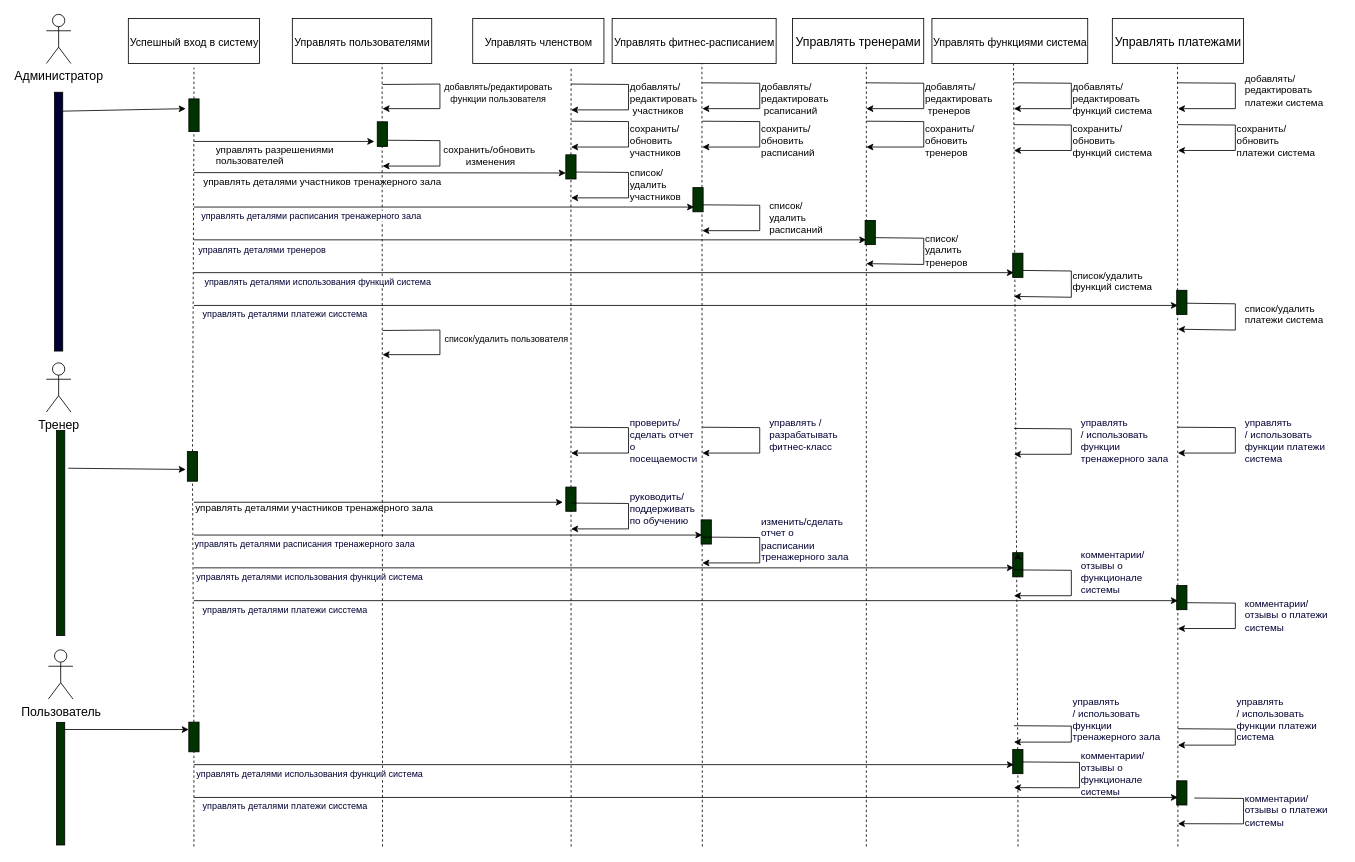
This is page "Sequence Diagram" (5 of 6) of Biểu đồ không có tiêu đề.drawio from quyettranvu/Lab2-3_UML, a draw.io file, before an edit. Source tidied: cells renumbered, new cells numbered last; positions are measured from the earlier drawing's top-left corner, leaving out a move shared by most shapes. Both pictures are drawn from the tidied source at 82%, with x=0, y=0 at pixel (-71, 14).
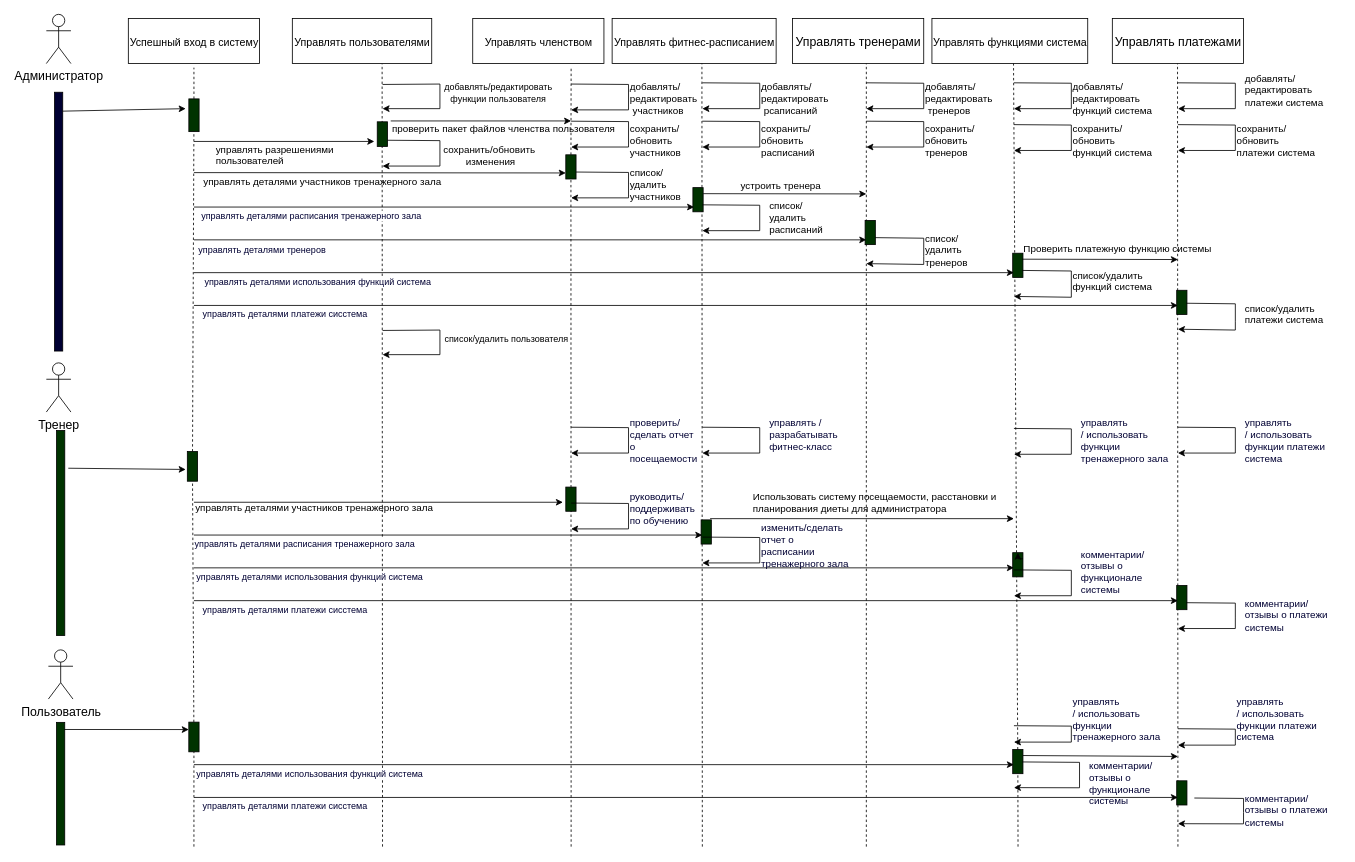
The same page after the edit.

The change refers to these unchanged cells:
```xml
<mxCell id="59" style="rounded=0;whiteSpace=wrap;html=1;fontSize=13;rotation=-90;fillColor=#003300;" parent="1" vertex="1">
  <mxGeometry x="923" y="219.8" width="29.5" height="12.5" as="geometry" />
</mxCell>
<mxCell id="120" style="rounded=0;whiteSpace=wrap;html=1;fontSize=13;rotation=-90;fillColor=#003300;" parent="1" vertex="1">
  <mxGeometry x="1313" y="905" width="29.5" height="12.5" as="geometry" />
</mxCell>
```

The edit, as a diff of the source:
```diff
@@
     <mxCell id="107" value="изменить/сделать отчет&amp;nbsp;о расписании тренажерного зала" style="text;whiteSpace=wrap;html=1;fontColor=#000033;" parent="1" vertex="1">
-      <mxGeometry x="1013" y="605" width="110" height="40" as="geometry" />
+      <mxGeometry x="1013" y="612.5" width="110" height="40" as="geometry" />
     </mxCell>
@@
     <mxCell id="126" value="комментарии/отзывы о функционале системы" style="text;whiteSpace=wrap;html=1;fontColor=#000033;" parent="1" vertex="1">
-      <mxGeometry x="1403" y="891.2" width="120" height="40" as="geometry" />
+      <mxGeometry x="1413" y="903.2" width="120" height="40" as="geometry" />
     </mxCell>
@@
+    <mxCell id="131" style="endArrow=classic;html=1;rounded=0;fontSize=13;exitX=0.75;exitY=1;exitDx=0;exitDy=0;" parent="1" edge="1" source="59">
+      <mxGeometry relative="1" as="geometry">
+        <mxPoint x="1143" y="219" as="targetPoint" />
+      </mxGeometry>
+    </mxCell>
+    <mxCell id="132" value="&lt;font style=&quot;font-size: 12px;&quot;&gt;устроить тренера&lt;/font&gt;" style="text;whiteSpace=wrap;html=1;fontSize=16;" parent="1" vertex="1">
+      <mxGeometry x="988" y="190.6" width="160" height="10" as="geometry" />
+    </mxCell>
+    <mxCell id="133" style="endArrow=classic;html=1;rounded=0;fontSize=13;exitX=0.75;exitY=1;exitDx=0;exitDy=0;" parent="1" edge="1">
+      <mxGeometry relative="1" as="geometry">
+        <mxPoint x="1333" y="298.6" as="sourcePoint" />
+        <mxPoint x="1523" y="299" as="targetPoint" />
+      </mxGeometry>
+    </mxCell>
+    <mxCell id="134" value="Проверить платежную функцию системы" style="text;whiteSpace=wrap;html=1;fontSize=12;" parent="1" vertex="1">
+      <mxGeometry x="1333" y="272.3" width="260" height="40" as="geometry" />
+    </mxCell>
+    <mxCell id="135" style="endArrow=classic;html=1;rounded=0;fontSize=13;" parent="1" edge="1">
+      <mxGeometry relative="1" as="geometry">
+        <mxPoint x="563" y="130" as="sourcePoint" />
+        <mxPoint x="783" y="130" as="targetPoint" />
+      </mxGeometry>
+    </mxCell>
+    <mxCell id="136" value="проверить пакет файлов членства пользователя" style="text;whiteSpace=wrap;html=1;fontSize=12;" parent="1" vertex="1">
+      <mxGeometry x="563" y="126" width="310" height="40" as="geometry" />
+    </mxCell>
+    <mxCell id="137" style="endArrow=classic;html=1;rounded=0;fontSize=13;exitX=0.75;exitY=1;exitDx=0;exitDy=0;" parent="1" edge="1">
+      <mxGeometry relative="1" as="geometry">
+        <mxPoint x="952.5" y="615" as="sourcePoint" />
+        <mxPoint x="1323" y="615" as="targetPoint" />
+      </mxGeometry>
+    </mxCell>
+    <mxCell id="138" value="Использовать систему посещаемости, расстановки и планирования диеты для администратора" style="text;whiteSpace=wrap;html=1;fontSize=12;" parent="1" vertex="1">
+      <mxGeometry x="1002.5" y="575" width="340" height="50" as="geometry" />
+    </mxCell>
+    <mxCell id="139" style="endArrow=classic;html=1;rounded=0;fontSize=13;exitX=0.75;exitY=1;exitDx=0;exitDy=0;" parent="1" edge="1" source="120">
+      <mxGeometry relative="1" as="geometry">
+        <mxPoint x="1523" y="905" as="targetPoint" />
+      </mxGeometry>
+    </mxCell>
```
